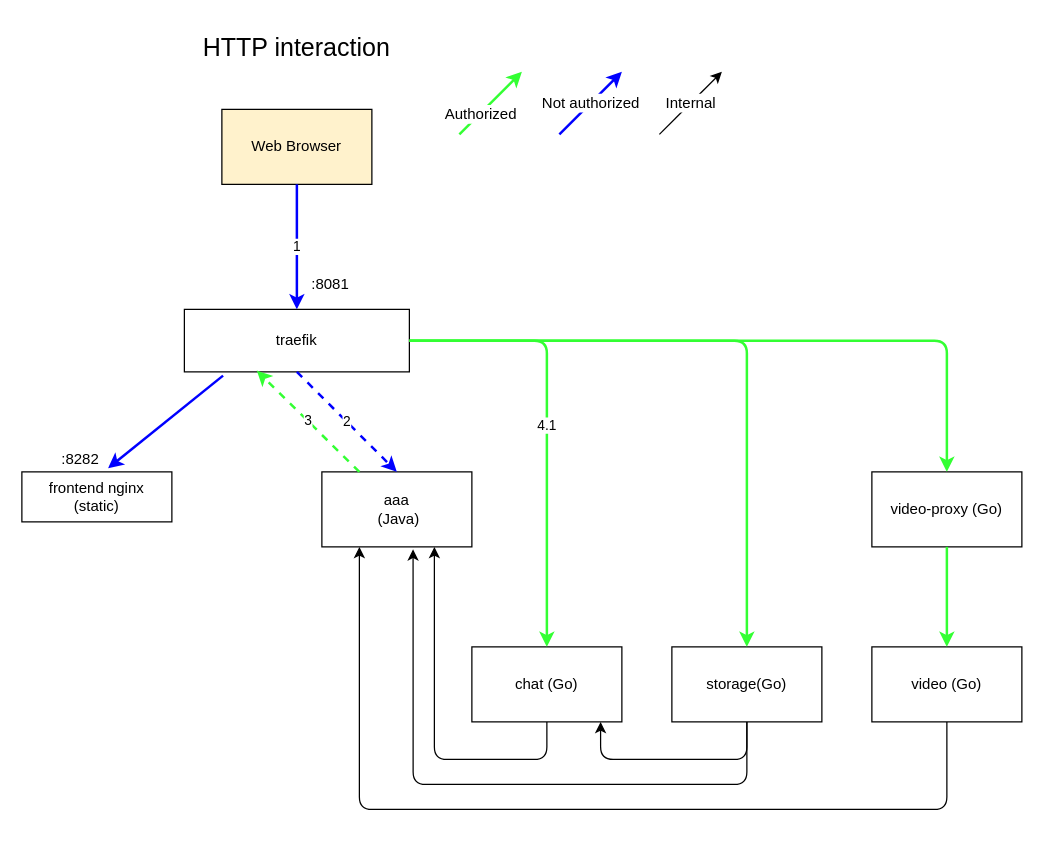
nkonev/videochat keeps this draw.io diagram as .drawio/app.drawio. Above is the earlier version. Source tidied: cells renumbered, new cells numbered last; positions are measured from the earlier drawing's top-left corner, leaving out a move shared by most shapes. Both pictures are drawn from the tidied source at 125%, with x=0, y=0 at pixel (21, 21).
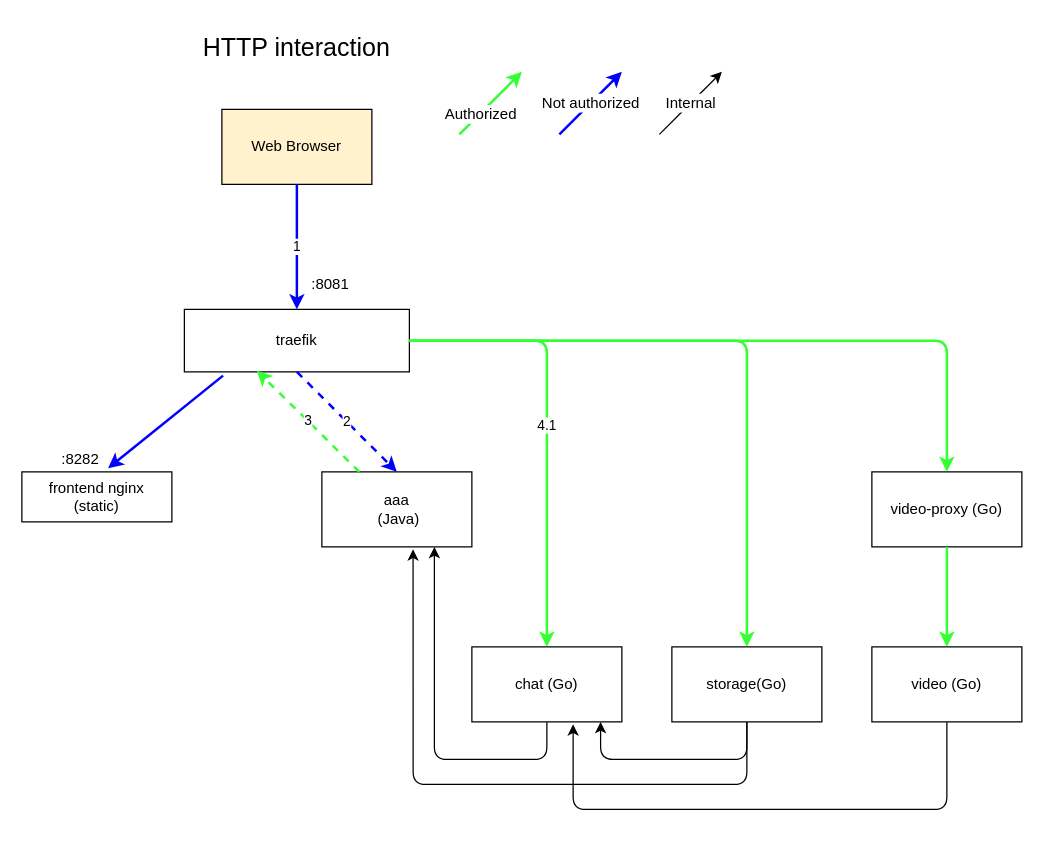
After the change.

The change refers to these unchanged cells:
```xml
<mxCell id="3" value="&lt;div&gt;aaa&lt;/div&gt;&amp;nbsp;(Java)" style="rounded=0;whiteSpace=wrap;html=1;fillColor=#FFFFFF;" parent="1" vertex="1">
  <mxGeometry x="240" y="360" width="120" height="60" as="geometry" />
</mxCell>
<mxCell id="4" value="&lt;div&gt;chat (Go)&lt;/div&gt;" style="rounded=0;whiteSpace=wrap;html=1;fillColor=#FFFFFF;" parent="1" vertex="1">
  <mxGeometry x="360" y="500" width="120" height="60" as="geometry" />
</mxCell>
<mxCell id="18" value="&lt;div&gt;video (Go)&lt;/div&gt;" style="rounded=0;whiteSpace=wrap;html=1;fillColor=#FFFFFF;" parent="1" vertex="1">
  <mxGeometry x="680" y="500" width="120" height="60" as="geometry" />
</mxCell>
```

The edit, as a diff of the source:
```diff
@@
-    <mxCell id="26" style="endArrow=classic;html=1;exitX=0.5;exitY=1;exitDx=0;exitDy=0;entryX=0.25;entryY=1;entryDx=0;entryDy=0;" parent="1" edge="1" source="18" target="3">
+    <mxCell id="26" style="endArrow=classic;html=1;exitX=0.5;exitY=1;exitDx=0;exitDy=0;entryX=0.675;entryY=1.033;entryDx=0;entryDy=0;entryPerimeter=0;" parent="1" edge="1" source="18" target="4">
       <mxGeometry relative="1" as="geometry">
         <Array as="points">
           <mxPoint x="740" y="630" />
-          <mxPoint x="270" y="630" />
+          <mxPoint x="441" y="630" />
         </Array>
       </mxGeometry>
     </mxCell>
```
